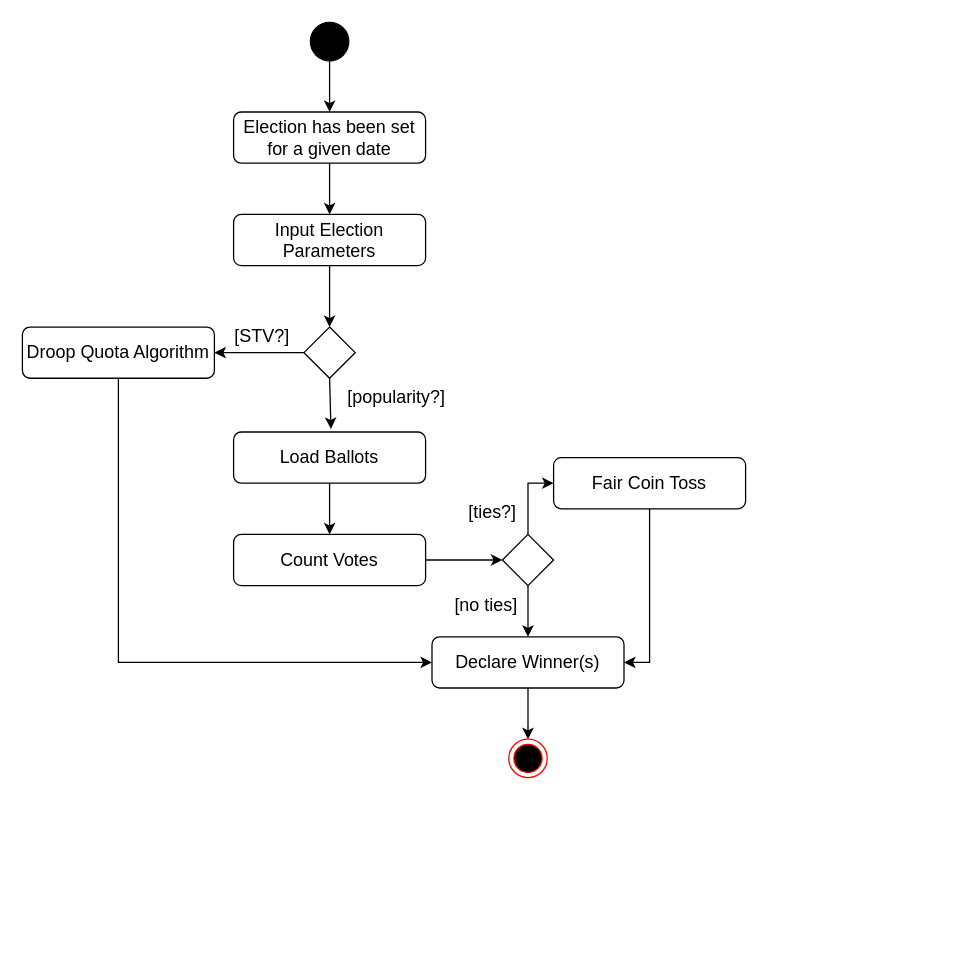
BenPullis/CSCI4801-Election-Project keeps this draw.io diagram as popularity.drawio. Above is the earlier version. Source tidied: cells renumbered, new cells numbered last; positions are measured from the earlier drawing's top-left corner, leaving out a move shared by most shapes. Both pictures are drawn from the tidied source at 128%, with x=0, y=0 at pixel (22, 22).
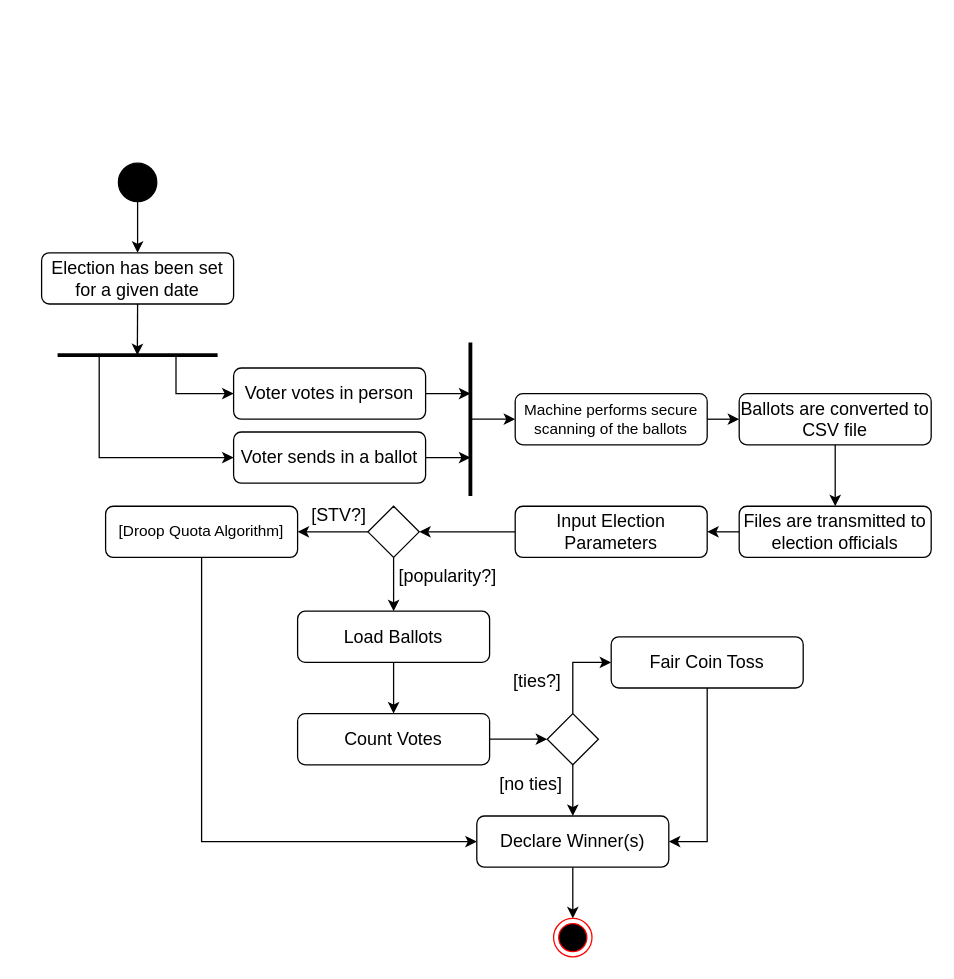
Above is the later version.

Commit message (it also covers changes not shown here):
Updated draw.io activity diagram

What changed in the source:
```diff
@@
     <mxCell id="2" style="ellipse;whiteSpace=wrap;html=1;fillColor=#000000;" parent="1" vertex="1">
-      <mxGeometry x="225" width="30" height="30" as="geometry" />
+      <mxGeometry x="75" y="110" width="30" height="30" as="geometry" />
     </mxCell>
@@
     <mxCell id="4" value="&lt;font style=&quot;font-size: 14px;&quot;&gt;Election has been set for a given date&lt;/font&gt;" style="rounded=1;whiteSpace=wrap;html=1;" parent="1" vertex="1">
-      <mxGeometry x="165" y="70" width="150" height="40" as="geometry" />
+      <mxGeometry x="15" y="180" width="150" height="40" as="geometry" />
     </mxCell>
-    <mxCell id="5" style="endArrow=classic;html=1;rounded=0;exitX=0.5;exitY=1;exitDx=0;exitDy=0;entryX=0.5;entryY=0;entryDx=0;entryDy=0;" parent="1" edge="1" source="4" target="6">
-      <mxGeometry relative="1" as="geometry" />
-    </mxCell>
     <mxCell id="6" value="&lt;font style=&quot;font-size: 14px;&quot;&gt;Input Election Parameters&lt;/font&gt;" style="rounded=1;whiteSpace=wrap;html=1;" parent="1" vertex="1">
-      <mxGeometry x="165" y="150" width="150" height="40" as="geometry" />
+      <mxGeometry x="385" y="378" width="150" height="40" as="geometry" />
     </mxCell>
-    <mxCell id="7" style="endArrow=classic;html=1;rounded=0;exitX=0.5;exitY=1;exitDx=0;exitDy=0;entryX=0.5;entryY=0;entryDx=0;entryDy=0;" parent="1" edge="1" source="6" target="22">
+    <mxCell id="7" style="endArrow=classic;html=1;rounded=0;exitX=0;exitY=0.5;exitDx=0;exitDy=0;entryX=1;entryY=0.5;entryDx=0;entryDy=0;" parent="1" edge="1" source="6" target="22">
       <mxGeometry relative="1" as="geometry" />
     </mxCell>
     <mxCell id="8" value="&lt;font style=&quot;font-size: 14px;&quot;&gt;Load Ballots&lt;/font&gt;" style="rounded=1;whiteSpace=wrap;html=1;" parent="1" vertex="1">
-      <mxGeometry x="165" y="320" width="150" height="40" as="geometry" />
+      <mxGeometry x="215" y="460" width="150" height="40" as="geometry" />
     </mxCell>
     <mxCell id="9" value="&lt;font style=&quot;font-size: 14px;&quot;&gt;Count Votes&lt;/font&gt;" style="rounded=1;whiteSpace=wrap;html=1;" parent="1" vertex="1">
-      <mxGeometry x="165" y="400" width="150" height="40" as="geometry" />
+      <mxGeometry x="215" y="540" width="150" height="40" as="geometry" />
     </mxCell>
@@
     <mxCell id="12" style="rhombus;whiteSpace=wrap;html=1;" parent="1" vertex="1">
-      <mxGeometry x="375" y="400" width="40" height="40" as="geometry" />
+      <mxGeometry x="410" y="540" width="40" height="40" as="geometry" />
     </mxCell>
     <mxCell id="13" style="endArrow=classic;html=1;rounded=0;exitX=0.5;exitY=0;exitDx=0;exitDy=0;entryX=0;entryY=0.5;entryDx=0;entryDy=0;" parent="1" edge="1" source="12" target="14">
       <mxGeometry relative="1" as="geometry">
         <Array as="points">
-          <mxPoint x="395" y="360" />
+          <mxPoint x="430" y="500" />
         </Array>
       </mxGeometry>
     </mxCell>
     <mxCell id="14" value="&lt;span style=&quot;font-size: 14px;&quot;&gt;Fair Coin Toss&lt;/span&gt;" style="rounded=1;whiteSpace=wrap;html=1;" parent="1" vertex="1">
-      <mxGeometry x="415" y="340" width="150" height="40" as="geometry" />
+      <mxGeometry x="460" y="480" width="150" height="40" as="geometry" />
     </mxCell>
@@
     <mxCell id="16" value="&lt;span style=&quot;font-size: 14px;&quot;&gt;Declare Winner(s)&lt;/span&gt;" style="rounded=1;whiteSpace=wrap;html=1;" parent="1" vertex="1">
-      <mxGeometry x="320" y="480" width="150" height="40" as="geometry" />
+      <mxGeometry x="355" y="620" width="150" height="40" as="geometry" />
     </mxCell>
-    <mxCell id="17" style="endArrow=classic;html=1;rounded=0;exitX=0.5;exitY=1;exitDx=0;exitDy=0;entryX=1;entryY=0.5;entryDx=0;entryDy=0;" parent="1" edge="1" source="14" target="16">
+    <mxCell id="17" style="endArrow=classic;html=1;rounded=0;entryX=1;entryY=0.5;entryDx=0;entryDy=0;exitX=0.5;exitY=1;exitDx=0;exitDy=0;" parent="1" edge="1" source="14" target="16">
       <mxGeometry relative="1" as="geometry">
         <Array as="points">
-          <mxPoint x="490" y="500" />
+          <mxPoint x="535" y="640" />
+          <mxPoint x="520" y="640" />
         </Array>
       </mxGeometry>
     </mxCell>
@@
     <mxCell id="19" style="ellipse;html=1;shape=endState;fillColor=#000000;strokeColor=#ff0000;" parent="1" vertex="1">
-      <mxGeometry x="380" y="560" width="30" height="30" as="geometry" />
+      <mxGeometry x="415" y="700" width="30" height="30" as="geometry" />
     </mxCell>
     <mxCell id="20" value="&lt;font style=&quot;font-size: 14px;&quot;&gt;[ties?]&lt;/font&gt;" style="text;strokeColor=none;align=center;fillColor=none;html=1;verticalAlign=middle;whiteSpace=wrap;rounded=0;" parent="1" vertex="1">
-      <mxGeometry x="345" y="368" width="45" height="30" as="geometry" />
+      <mxGeometry x="380" y="500" width="45" height="30" as="geometry" />
     </mxCell>
     <mxCell id="21" value="&lt;font style=&quot;font-size: 14px;&quot;&gt;[no ties]&lt;/font&gt;" style="text;strokeColor=none;align=center;fillColor=none;html=1;verticalAlign=middle;whiteSpace=wrap;rounded=0;" parent="1" vertex="1">
-      <mxGeometry x="335" y="440" width="55" height="30" as="geometry" />
+      <mxGeometry x="370" y="580" width="55" height="30" as="geometry" />
     </mxCell>
     <mxCell id="22" style="rhombus;whiteSpace=wrap;html=1;" parent="1" vertex="1">
-      <mxGeometry x="220" y="238" width="40" height="40" as="geometry" />
+      <mxGeometry x="270" y="378" width="40" height="40" as="geometry" />
     </mxCell>
-    <mxCell id="23" style="endArrow=classic;html=1;rounded=0;exitX=0.5;exitY=1;exitDx=0;exitDy=0;entryX=0.507;entryY=-0.059;entryDx=0;entryDy=0;entryPerimeter=0;" parent="1" edge="1" source="22" target="8">
+    <mxCell id="23" style="endArrow=classic;html=1;rounded=0;exitX=0.5;exitY=1;exitDx=0;exitDy=0;entryX=0.5;entryY=0;entryDx=0;entryDy=0;" parent="1" edge="1" source="22" target="8">
       <mxGeometry relative="1" as="geometry" />
     </mxCell>
     <mxCell id="24" value="&lt;font style=&quot;font-size: 14px;&quot;&gt;[popularity?]&lt;/font&gt;" style="text;strokeColor=none;align=center;fillColor=none;html=1;verticalAlign=middle;whiteSpace=wrap;rounded=0;" parent="1" vertex="1">
-      <mxGeometry x="270" y="278" width="45" height="30" as="geometry" />
+      <mxGeometry x="310" y="418" width="45" height="30" as="geometry" />
     </mxCell>
     <mxCell id="25" value="&lt;span style=&quot;font-size: 14px;&quot;&gt;[STV?]&lt;/span&gt;" style="text;strokeColor=none;align=center;fillColor=none;html=1;verticalAlign=middle;whiteSpace=wrap;rounded=0;" parent="1" vertex="1">
-      <mxGeometry x="165" y="230" width="45" height="30" as="geometry" />
+      <mxGeometry x="225" y="370" width="45" height="30" as="geometry" />
     </mxCell>
@@
-    <mxCell id="27" value="&lt;font style=&quot;font-size: 14px;&quot;&gt;Droop Quota Algorithm&lt;/font&gt;" style="rounded=1;whiteSpace=wrap;html=1;" parent="1" vertex="1">
-      <mxGeometry y="238" width="150" height="40" as="geometry" />
+    <mxCell id="27" value="&lt;font style=&quot;font-size: 12px;&quot;&gt;[Droop Quota Algorithm]&lt;/font&gt;" style="rounded=1;whiteSpace=wrap;html=1;" parent="1" vertex="1">
+      <mxGeometry x="65" y="378" width="150" height="40" as="geometry" />
     </mxCell>
     <mxCell id="28" style="endArrow=classic;html=1;rounded=0;exitX=0.5;exitY=1;exitDx=0;exitDy=0;entryX=0;entryY=0.5;entryDx=0;entryDy=0;" parent="1" edge="1" source="27" target="16">
       <mxGeometry relative="1" as="geometry">
         <Array as="points">
-          <mxPoint x="75" y="500" />
+          <mxPoint x="140" y="640" />
         </Array>
       </mxGeometry>
     </mxCell>
+    <mxCell id="29" value="&lt;font style=&quot;font-size: 14px;&quot;&gt;Voter votes in person&lt;/font&gt;" style="rounded=1;whiteSpace=wrap;html=1;" parent="1" vertex="1">
+      <mxGeometry x="165" y="270" width="150" height="40" as="geometry" />
+    </mxCell>
+    <mxCell id="30" value="&lt;font style=&quot;font-size: 14px;&quot;&gt;Voter sends in a ballot&lt;/font&gt;" style="rounded=1;whiteSpace=wrap;html=1;" parent="1" vertex="1">
+      <mxGeometry x="165" y="320" width="150" height="40" as="geometry" />
+    </mxCell>
+    <mxCell id="31" value="&lt;font style=&quot;font-size: 12px;&quot;&gt;Machine performs secure scanning of the ballots&lt;/font&gt;" style="rounded=1;whiteSpace=wrap;html=1;" parent="1" vertex="1">
+      <mxGeometry x="385" y="290" width="150" height="40" as="geometry" />
+    </mxCell>
+    <mxCell id="32" value="&lt;font style=&quot;font-size: 14px;&quot;&gt;Ballots are converted to CSV file&lt;/font&gt;" style="rounded=1;whiteSpace=wrap;html=1;" parent="1" vertex="1">
+      <mxGeometry x="560" y="290" width="150" height="40" as="geometry" />
+    </mxCell>
+    <mxCell id="33" value="&lt;font style=&quot;font-size: 14px;&quot;&gt;Files are transmitted to election officials&lt;/font&gt;" style="rounded=1;whiteSpace=wrap;html=1;" parent="1" vertex="1">
+      <mxGeometry x="560" y="378" width="150" height="40" as="geometry" />
+    </mxCell>
+    <mxCell id="34" style="endArrow=none;html=1;rounded=0;strokeWidth=3;" parent="1" edge="1">
+      <mxGeometry relative="1" as="geometry">
+        <mxPoint x="152.5" y="260" as="sourcePoint" />
+        <mxPoint x="27.5" y="260" as="targetPoint" />
+      </mxGeometry>
+    </mxCell>
+    <mxCell id="35" style="endArrow=classic;html=1;rounded=0;entryX=0;entryY=0.5;entryDx=0;entryDy=0;" parent="1" edge="1" target="29">
+      <mxGeometry relative="1" as="geometry">
+        <mxPoint x="120" y="260" as="sourcePoint" />
+        <Array as="points">
+          <mxPoint x="120" y="290" />
+        </Array>
+      </mxGeometry>
+    </mxCell>
+    <mxCell id="36" style="endArrow=classic;html=1;rounded=0;entryX=0;entryY=0.5;entryDx=0;entryDy=0;" parent="1" edge="1" target="30">
+      <mxGeometry relative="1" as="geometry">
+        <mxPoint x="60" y="260" as="sourcePoint" />
+        <Array as="points">
+          <mxPoint x="60" y="340" />
+        </Array>
+      </mxGeometry>
+    </mxCell>
+    <mxCell id="37" style="endArrow=none;html=1;rounded=0;strokeWidth=3;" parent="1" edge="1">
+      <mxGeometry relative="1" as="geometry">
+        <mxPoint x="350" y="370" as="sourcePoint" />
+        <mxPoint x="350" y="250" as="targetPoint" />
+      </mxGeometry>
+    </mxCell>
+    <mxCell id="38" style="endArrow=classic;html=1;rounded=0;exitX=1;exitY=0.5;exitDx=0;exitDy=0;" parent="1" edge="1" source="29">
+      <mxGeometry relative="1" as="geometry">
+        <mxPoint x="350" y="290" as="targetPoint" />
+      </mxGeometry>
+    </mxCell>
+    <mxCell id="39" style="endArrow=classic;html=1;rounded=0;exitX=1;exitY=0.5;exitDx=0;exitDy=0;" parent="1" edge="1" source="30">
+      <mxGeometry relative="1" as="geometry">
+        <mxPoint x="350" y="340" as="targetPoint" />
+      </mxGeometry>
+    </mxCell>
+    <mxCell id="40" style="endArrow=classic;html=1;rounded=0;entryX=0;entryY=0.5;entryDx=0;entryDy=0;" parent="1" edge="1" target="31">
+      <mxGeometry relative="1" as="geometry">
+        <mxPoint x="350" y="310" as="sourcePoint" />
+      </mxGeometry>
+    </mxCell>
+    <mxCell id="41" style="endArrow=classic;html=1;rounded=0;entryX=0;entryY=0.5;entryDx=0;entryDy=0;exitX=1;exitY=0.5;exitDx=0;exitDy=0;" parent="1" edge="1" source="31" target="32">
+      <mxGeometry relative="1" as="geometry" />
+    </mxCell>
+    <mxCell id="42" style="endArrow=classic;html=1;rounded=0;entryX=0.5;entryY=0;entryDx=0;entryDy=0;exitX=0.5;exitY=1;exitDx=0;exitDy=0;" parent="1" edge="1" source="32" target="33">
+      <mxGeometry relative="1" as="geometry" />
+    </mxCell>
+    <mxCell id="43" style="endArrow=classic;html=1;rounded=0;entryX=0.5;entryY=0;entryDx=0;entryDy=0;exitX=0.5;exitY=1;exitDx=0;exitDy=0;" parent="1" edge="1" source="4">
+      <mxGeometry relative="1" as="geometry">
+        <mxPoint x="89.8" y="260" as="targetPoint" />
+      </mxGeometry>
+    </mxCell>
+    <mxCell id="44" style="endArrow=classic;html=1;rounded=0;entryX=1;entryY=0.5;entryDx=0;entryDy=0;exitX=0;exitY=0.5;exitDx=0;exitDy=0;" parent="1" edge="1" source="33" target="6">
+      <mxGeometry relative="1" as="geometry" />
+    </mxCell>
```
